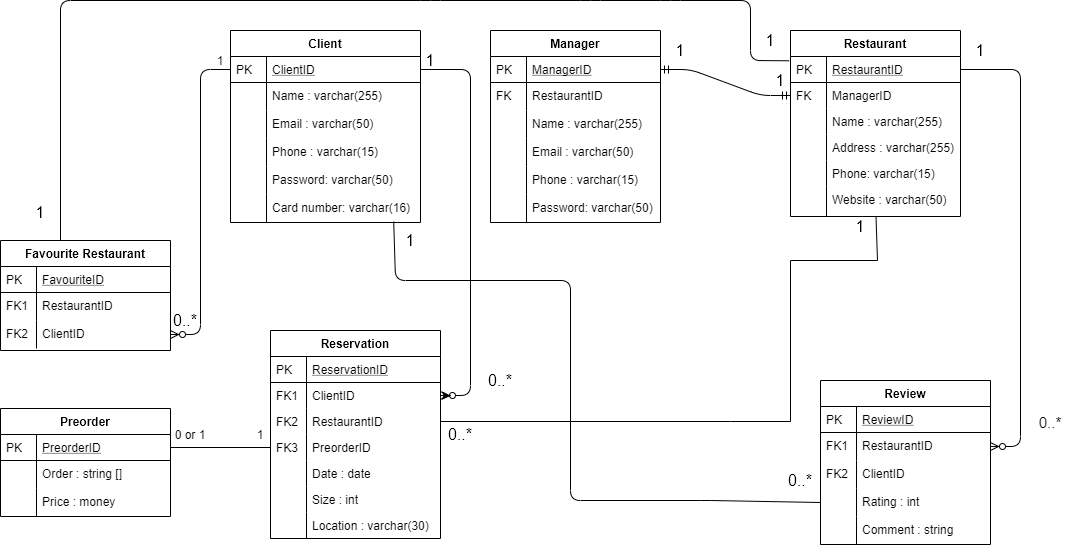
This is rezervito-hw-03/Rezervito Diagrams/Entity Relationship Diagram.png from ivanchuchulski/fmi-requirements-analisys, a draw.io export, as it was before one commit. Source tidied: cells renumbered, new cells last; positions are measured from the earlier drawing's top-left corner, leaving out a move shared by most shapes.
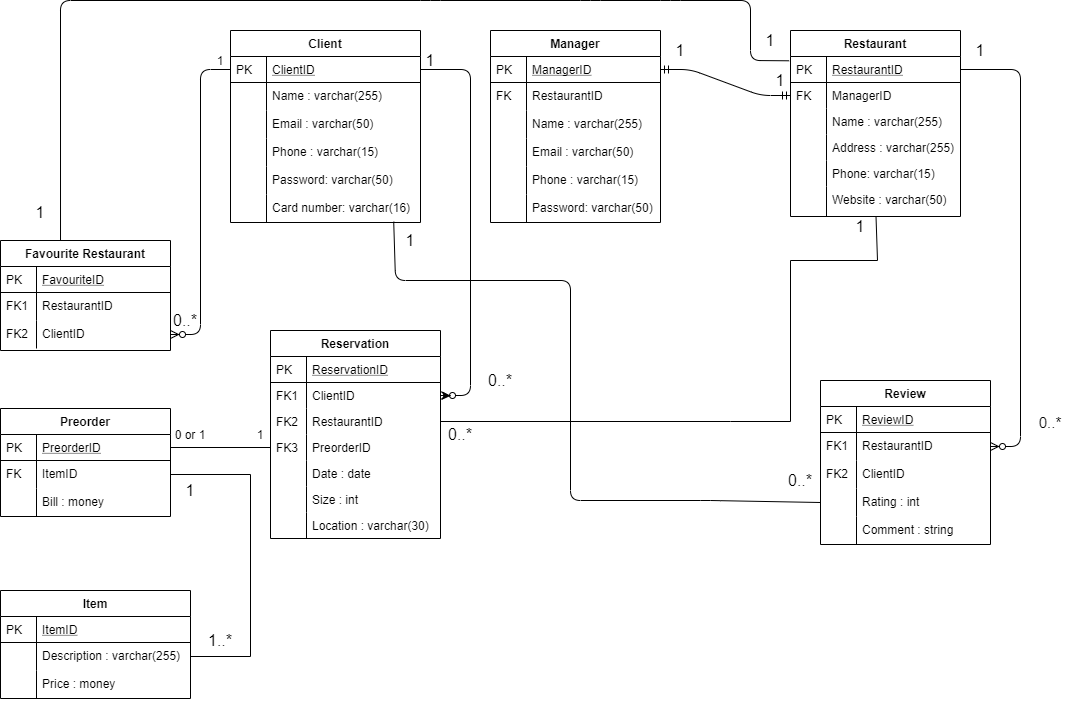
The same file after the commit.

Commit message:
Modify ERD diagram

Change to the diagram source:
```diff
@@ -239,13 +239,13 @@
     <mxCell id="80" value="PK" style="shape=partialRectangle;top=0;left=0;bottom=0;fillColor=none;align=left;verticalAlign=top;spacingLeft=4;spacingRight=4;overflow=hidden;" parent="79" vertex="1">
       <mxGeometry width="36" height="26" as="geometry" />
     </mxCell>
-    <mxCell id="81" value="Order : string []" style="shape=partialRectangle;top=0;left=0;right=0;bottom=0;align=left;verticalAlign=top;fillColor=none;spacingLeft=40;spacingRight=4;overflow=hidden;points=[[0,0.5],[1,0.5]];portConstraint=eastwest;rounded=0;shadow=0;strokeWidth=1;" parent="78" vertex="1">
+    <mxCell id="81" value="ItemID" style="shape=partialRectangle;top=0;left=0;right=0;bottom=0;align=left;verticalAlign=top;fillColor=none;spacingLeft=40;spacingRight=4;overflow=hidden;points=[[0,0.5],[1,0.5]];portConstraint=eastwest;rounded=0;shadow=0;strokeWidth=1;" parent="78" vertex="1">
       <mxGeometry y="52" width="170" height="28" as="geometry" />
     </mxCell>
-    <mxCell id="82" style="shape=partialRectangle;top=0;left=0;bottom=0;fillColor=none;align=left;verticalAlign=top;spacingLeft=4;spacingRight=4;overflow=hidden;" parent="81" vertex="1">
+    <mxCell id="82" value="FK" style="shape=partialRectangle;top=0;left=0;bottom=0;fillColor=none;align=left;verticalAlign=top;spacingLeft=4;spacingRight=4;overflow=hidden;" parent="81" vertex="1">
       <mxGeometry width="36" height="28" as="geometry" />
     </mxCell>
-    <mxCell id="83" value="Price : money" style="shape=partialRectangle;top=0;left=0;right=0;bottom=0;align=left;verticalAlign=top;fillColor=none;spacingLeft=40;spacingRight=4;overflow=hidden;rounded=0;shadow=0;strokeWidth=1;" parent="78" vertex="1">
+    <mxCell id="83" value="Bill : money" style="shape=partialRectangle;top=0;left=0;right=0;bottom=0;align=left;verticalAlign=top;fillColor=none;spacingLeft=40;spacingRight=4;overflow=hidden;rounded=0;shadow=0;strokeWidth=1;" parent="78" vertex="1">
       <mxGeometry y="80" width="170" height="28" as="geometry" />
     </mxCell>
     <mxCell id="84" style="shape=partialRectangle;top=0;left=0;bottom=0;fillColor=none;align=left;verticalAlign=top;spacingLeft=4;spacingRight=4;overflow=hidden;" parent="83" vertex="1">
@@ -339,5 +339,40 @@
     <mxCell id="105" value="0..*" style="text;html=1;strokeColor=none;fillColor=none;align=center;verticalAlign=middle;whiteSpace=wrap;rounded=0;fontSize=16;" parent="1" vertex="1">
       <mxGeometry x="780" y="470" width="40" height="20" as="geometry" />
     </mxCell>
+    <mxCell id="106" value="Item" style="swimlane;fontStyle=1;horizontal=1;startSize=26;rounded=0;shadow=0;strokeWidth=1;" parent="1" vertex="1">
+      <mxGeometry y="590" width="190" height="108" as="geometry" />
+    </mxCell>
+    <mxCell id="107" value="ItemID" style="shape=partialRectangle;top=0;left=0;right=0;bottom=1;align=left;verticalAlign=top;fillColor=none;spacingLeft=40;spacingRight=4;overflow=hidden;rounded=0;shadow=0;strokeWidth=1;fontStyle=4;" parent="106" vertex="1">
+      <mxGeometry y="26" width="190" height="26" as="geometry" />
+    </mxCell>
+    <mxCell id="108" value="PK" style="shape=partialRectangle;top=0;left=0;bottom=0;fillColor=none;align=left;verticalAlign=top;spacingLeft=4;spacingRight=4;overflow=hidden;" parent="107" vertex="1">
+      <mxGeometry width="36" height="26" as="geometry" />
+    </mxCell>
+    <mxCell id="109" value="Description : varchar(255)" style="shape=partialRectangle;top=0;left=0;right=0;bottom=0;align=left;verticalAlign=top;fillColor=none;spacingLeft=40;spacingRight=4;overflow=hidden;points=[[0,0.5],[1,0.5]];portConstraint=eastwest;rounded=0;shadow=0;strokeWidth=1;" parent="106" vertex="1">
+      <mxGeometry y="52" width="190" height="28" as="geometry" />
+    </mxCell>
+    <mxCell id="110" style="shape=partialRectangle;top=0;left=0;bottom=0;fillColor=none;align=left;verticalAlign=top;spacingLeft=4;spacingRight=4;overflow=hidden;" parent="109" vertex="1">
+      <mxGeometry width="36" height="28" as="geometry" />
+    </mxCell>
+    <mxCell id="111" value="Price : money" style="shape=partialRectangle;top=0;left=0;right=0;bottom=0;align=left;verticalAlign=top;fillColor=none;spacingLeft=40;spacingRight=4;overflow=hidden;rounded=0;shadow=0;strokeWidth=1;" parent="106" vertex="1">
+      <mxGeometry y="80" width="190" height="28" as="geometry" />
+    </mxCell>
+    <mxCell id="112" style="shape=partialRectangle;top=0;left=0;bottom=0;fillColor=none;align=left;verticalAlign=top;spacingLeft=4;spacingRight=4;overflow=hidden;" parent="111" vertex="1">
+      <mxGeometry width="36" height="28" as="geometry" />
+    </mxCell>
+    <mxCell id="113" style="endArrow=none;html=1;exitX=1;exitY=0.5;exitDx=0;exitDy=0;rounded=0;entryX=1;entryY=0.5;entryDx=0;entryDy=0;" parent="1" edge="1" source="109" target="81">
+      <mxGeometry relative="1" as="geometry">
+        <Array as="points">
+          <mxPoint x="250" y="656" />
+          <mxPoint x="250" y="474" />
+        </Array>
+      </mxGeometry>
+    </mxCell>
+    <mxCell id="114" value="1..*" style="text;html=1;strokeColor=none;fillColor=none;align=center;verticalAlign=middle;whiteSpace=wrap;rounded=0;fontSize=16;" parent="1" vertex="1">
+      <mxGeometry x="200" y="630" width="40" height="20" as="geometry" />
+    </mxCell>
+    <mxCell id="115" value="1" style="text;html=1;strokeColor=none;fillColor=none;align=center;verticalAlign=middle;whiteSpace=wrap;rounded=0;fontSize=16;" parent="1" vertex="1">
+      <mxGeometry x="170" y="480" width="40" height="20" as="geometry" />
+    </mxCell>
   </root>
 </mxGraphModel>
```
